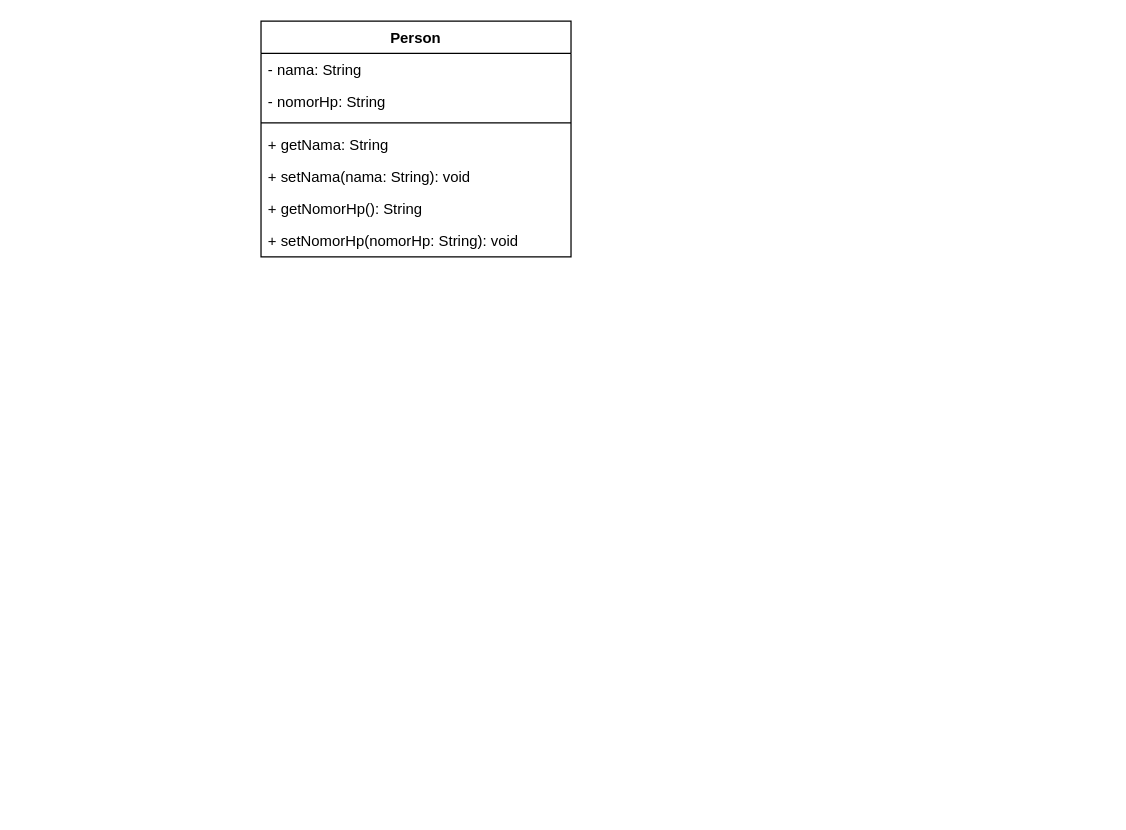
This is jobsheet5.drawio from Wahdaapf/All-About-DrawIo, a draw.io file, before an edit. Source tidied: cells renumbered, new cells numbered last; positions are measured from the earlier drawing's top-left corner, leaving out a move shared by most shapes. Both pictures are drawn from the tidied source at 124%, with x=0, y=0 at pixel (260, 21).
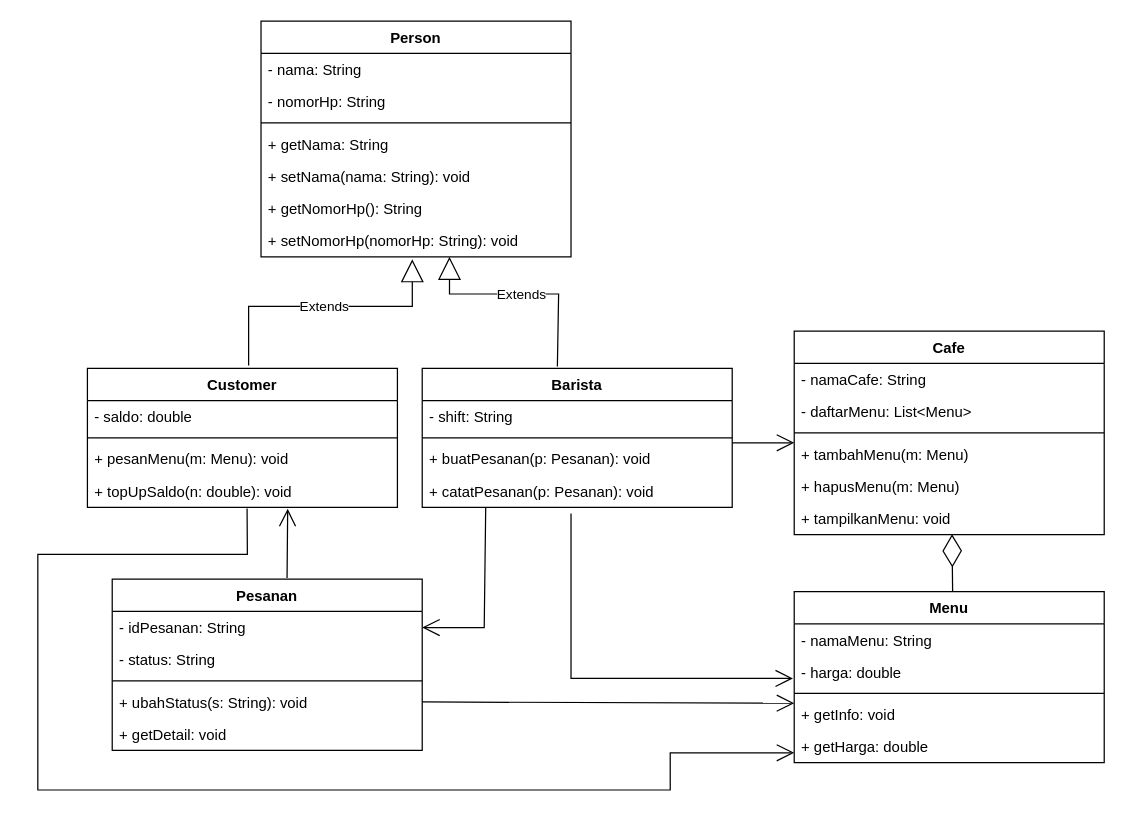
Above is the later version.

The edit, as a diff of the source:
```diff
@@
+    <mxCell id="10" value="Customer" style="swimlane;fontStyle=1;align=center;verticalAlign=top;horizontal=1;startSize=26;rounded=0;shadow=0;strokeWidth=1;" parent="1" vertex="1">
+      <mxGeometry x="-140" y="279.6" width="250" height="112" as="geometry" />
+    </mxCell>
+    <mxCell id="11" value="- saldo: double" style="text;align=left;verticalAlign=top;spacingLeft=4;spacingRight=4;overflow=hidden;" parent="10" vertex="1">
+      <mxGeometry y="26" width="250" height="26" as="geometry" />
+    </mxCell>
+    <mxCell id="12" style="line;html=1;strokeWidth=1;align=left;verticalAlign=middle;spacingTop=-1;spacingLeft=3;spacingRight=3;labelPosition=right;" parent="10" vertex="1">
+      <mxGeometry y="52" width="250" height="8" as="geometry" />
+    </mxCell>
+    <mxCell id="13" value="+ pesanMenu(m: Menu): void" style="text;align=left;verticalAlign=top;spacingLeft=4;spacingRight=4;overflow=hidden;" parent="10" vertex="1">
+      <mxGeometry y="60" width="250" height="26" as="geometry" />
+    </mxCell>
+    <mxCell id="14" value="+ topUpSaldo(n: double): void" style="text;align=left;verticalAlign=top;spacingLeft=4;spacingRight=4;overflow=hidden;points=[[0,0.5],[1,0.5]];portConstraint=eastwest;" parent="10" vertex="1">
+      <mxGeometry y="86" width="250" height="26" as="geometry" />
+    </mxCell>
+    <mxCell id="15" value="Barista" style="swimlane;fontStyle=1;align=center;verticalAlign=top;horizontal=1;startSize=26;rounded=0;shadow=0;strokeWidth=1;" parent="1" vertex="1">
+      <mxGeometry x="130" y="279.6" width="250" height="112" as="geometry" />
+    </mxCell>
+    <mxCell id="16" value="- shift: String" style="text;align=left;verticalAlign=top;spacingLeft=4;spacingRight=4;overflow=hidden;" parent="15" vertex="1">
+      <mxGeometry y="26" width="250" height="26" as="geometry" />
+    </mxCell>
+    <mxCell id="17" style="line;html=1;strokeWidth=1;align=left;verticalAlign=middle;spacingTop=-1;spacingLeft=3;spacingRight=3;labelPosition=right;points=[];portConstraint=eastwest;" parent="15" vertex="1">
+      <mxGeometry y="52" width="250" height="8" as="geometry" />
+    </mxCell>
+    <mxCell id="18" value="+ buatPesanan(p: Pesanan): void" style="text;align=left;verticalAlign=top;spacingLeft=4;spacingRight=4;overflow=hidden;" parent="15" vertex="1">
+      <mxGeometry y="60" width="250" height="26" as="geometry" />
+    </mxCell>
+    <mxCell id="19" value="+ catatPesanan(p: Pesanan): void" style="text;align=left;verticalAlign=top;spacingLeft=4;spacingRight=4;overflow=hidden;points=[[0,0.5],[1,0.5]];portConstraint=eastwest;" parent="15" vertex="1">
+      <mxGeometry y="86" width="250" height="26" as="geometry" />
+    </mxCell>
+    <mxCell id="20" value="Pesanan" style="swimlane;fontStyle=1;align=center;verticalAlign=top;horizontal=1;startSize=26;rounded=0;shadow=0;strokeWidth=1;" parent="1" vertex="1">
+      <mxGeometry x="-120" y="449.6" width="250" height="138" as="geometry" />
+    </mxCell>
+    <mxCell id="21" value="- idPesanan: String" style="text;align=left;verticalAlign=top;spacingLeft=4;spacingRight=4;overflow=hidden;points=[[0,0.5],[1,0.5]];portConstraint=eastwest;" parent="20" vertex="1">
+      <mxGeometry y="26" width="250" height="26" as="geometry" />
+    </mxCell>
+    <mxCell id="22" value="- status: String" style="text;align=left;verticalAlign=top;spacingLeft=4;spacingRight=4;overflow=hidden;" parent="20" vertex="1">
+      <mxGeometry y="52" width="250" height="26" as="geometry" />
+    </mxCell>
+    <mxCell id="23" style="line;html=1;strokeWidth=1;align=left;verticalAlign=middle;spacingTop=-1;spacingLeft=3;spacingRight=3;labelPosition=right;" parent="20" vertex="1">
+      <mxGeometry y="78" width="250" height="8" as="geometry" />
+    </mxCell>
+    <mxCell id="24" value="+ ubahStatus(s: String): void" style="text;align=left;verticalAlign=top;spacingLeft=4;spacingRight=4;overflow=hidden;points=[[0,0.5],[1,0.5]];portConstraint=eastwest;" parent="20" vertex="1">
+      <mxGeometry y="86" width="250" height="26" as="geometry" />
+    </mxCell>
+    <mxCell id="25" value="+ getDetail: void" style="text;align=left;verticalAlign=top;spacingLeft=4;spacingRight=4;overflow=hidden;" parent="20" vertex="1">
+      <mxGeometry y="112" width="250" height="26" as="geometry" />
+    </mxCell>
+    <mxCell id="26" value="Menu" style="swimlane;fontStyle=1;align=center;verticalAlign=top;horizontal=1;startSize=26;rounded=0;shadow=0;strokeWidth=1;" parent="1" vertex="1">
+      <mxGeometry x="430" y="459.6" width="250" height="138" as="geometry" />
+    </mxCell>
+    <mxCell id="27" value="- namaMenu: String" style="text;align=left;verticalAlign=top;spacingLeft=4;spacingRight=4;overflow=hidden;" parent="26" vertex="1">
+      <mxGeometry y="26" width="250" height="26" as="geometry" />
+    </mxCell>
+    <mxCell id="28" value="- harga: double" style="text;align=left;verticalAlign=top;spacingLeft=4;spacingRight=4;overflow=hidden;" parent="26" vertex="1">
+      <mxGeometry y="52" width="250" height="26" as="geometry" />
+    </mxCell>
+    <mxCell id="29" style="line;html=1;strokeWidth=1;align=left;verticalAlign=middle;spacingTop=-1;spacingLeft=3;spacingRight=3;labelPosition=right;" parent="26" vertex="1">
+      <mxGeometry y="78" width="250" height="8" as="geometry" />
+    </mxCell>
+    <mxCell id="30" value="+ getInfo: void" style="text;align=left;verticalAlign=top;spacingLeft=4;spacingRight=4;overflow=hidden;points=[[0,0.5],[1,0.5]];portConstraint=eastwest;" parent="26" vertex="1">
+      <mxGeometry y="86" width="250" height="26" as="geometry" />
+    </mxCell>
+    <mxCell id="31" value="+ getHarga: double" style="text;align=left;verticalAlign=top;spacingLeft=4;spacingRight=4;overflow=hidden;points=[[0,0.5],[1,0.5]];portConstraint=eastwest;" parent="26" vertex="1">
+      <mxGeometry y="112" width="250" height="26" as="geometry" />
+    </mxCell>
+    <mxCell id="32" value="Cafe" style="swimlane;fontStyle=1;align=center;verticalAlign=top;horizontal=1;startSize=26;rounded=0;shadow=0;strokeWidth=1;" parent="1" vertex="1">
+      <mxGeometry x="430" y="249.6" width="250" height="164" as="geometry" />
+    </mxCell>
+    <mxCell id="33" value="- namaCafe: String" style="text;align=left;verticalAlign=top;spacingLeft=4;spacingRight=4;overflow=hidden;" parent="32" vertex="1">
+      <mxGeometry y="26" width="250" height="26" as="geometry" />
+    </mxCell>
+    <mxCell id="34" value="- daftarMenu: List&lt;Menu&gt;" style="text;align=left;verticalAlign=top;spacingLeft=4;spacingRight=4;overflow=hidden;" parent="32" vertex="1">
+      <mxGeometry y="52" width="250" height="26" as="geometry" />
+    </mxCell>
+    <mxCell id="35" style="line;html=1;strokeWidth=1;align=left;verticalAlign=middle;spacingTop=-1;spacingLeft=3;spacingRight=3;labelPosition=right;" parent="32" vertex="1">
+      <mxGeometry y="78" width="250" height="8" as="geometry" />
+    </mxCell>
+    <mxCell id="36" value="+ tambahMenu(m: Menu)" style="text;align=left;verticalAlign=top;spacingLeft=4;spacingRight=4;overflow=hidden;points=[[0,0.5],[1,0.5]];portConstraint=eastwest;" parent="32" vertex="1">
+      <mxGeometry y="86" width="250" height="26" as="geometry" />
+    </mxCell>
+    <mxCell id="37" value="+ hapusMenu(m: Menu)" style="text;align=left;verticalAlign=top;spacingLeft=4;spacingRight=4;overflow=hidden;" parent="32" vertex="1">
+      <mxGeometry y="112" width="250" height="26" as="geometry" />
+    </mxCell>
+    <mxCell id="38" value="+ tampilkanMenu: void" style="text;align=left;verticalAlign=top;spacingLeft=4;spacingRight=4;overflow=hidden;points=[[0,0.5],[1,0.5]];portConstraint=eastwest;" parent="32" vertex="1">
+      <mxGeometry y="138" width="250" height="26" as="geometry" />
+    </mxCell>
+    <mxCell id="39" value="Extends" style="endArrow=block;endSize=16;endFill=0;html=1;rounded=0;exitX=0.52;exitY=-0.021;exitDx=0;exitDy=0;exitPerimeter=0;" parent="1" edge="1" source="10">
+      <mxGeometry relative="1" as="geometry">
+        <mxPoint x="122" y="191.6" as="targetPoint" />
+        <Array as="points">
+          <mxPoint x="-10" y="229.6" />
+          <mxPoint x="122" y="229.6" />
+        </Array>
+      </mxGeometry>
+    </mxCell>
+    <mxCell id="40" value="Extends" style="endArrow=block;endSize=16;endFill=0;html=1;rounded=0;exitX=0.436;exitY=-0.014;exitDx=0;exitDy=0;exitPerimeter=0;" parent="1" edge="1" source="15">
+      <mxGeometry relative="1" as="geometry">
+        <mxPoint x="152" y="189.6" as="targetPoint" />
+        <Array as="points">
+          <mxPoint x="240" y="219.6" />
+          <mxPoint x="152" y="219.6" />
+        </Array>
+      </mxGeometry>
+    </mxCell>
+    <mxCell id="41" style="endArrow=diamondThin;endFill=0;endSize=24;html=1;rounded=0;entryX=0.509;entryY=0.987;entryDx=0;entryDy=0;entryPerimeter=0;exitX=0.511;exitY=0.002;exitDx=0;exitDy=0;exitPerimeter=0;" parent="1" edge="1" source="26" target="38">
+      <mxGeometry relative="1" as="geometry" />
+    </mxCell>
+    <mxCell id="42" style="endArrow=open;endFill=1;endSize=12;html=1;rounded=0;exitX=1;exitY=1;exitDx=0;exitDy=0;exitPerimeter=0;entryX=0;entryY=0.154;entryDx=0;entryDy=0;entryPerimeter=0;" parent="1" edge="1" source="17" target="36">
+      <mxGeometry relative="1" as="geometry" />
+    </mxCell>
+    <mxCell id="43" style="endArrow=open;endFill=1;endSize=12;html=1;rounded=0;exitX=0.48;exitY=1.192;exitDx=0;exitDy=0;exitPerimeter=0;" parent="1" edge="1" source="19">
+      <mxGeometry relative="1" as="geometry">
+        <mxPoint x="429" y="529.6" as="targetPoint" />
+        <Array as="points">
+          <mxPoint x="250" y="529.6" />
+        </Array>
+      </mxGeometry>
+    </mxCell>
+    <mxCell id="44" style="endArrow=open;endFill=1;endSize=12;html=1;rounded=0;exitX=0.515;exitY=1.04;exitDx=0;exitDy=0;exitPerimeter=0;entryX=0;entryY=0.692;entryDx=0;entryDy=0;entryPerimeter=0;" parent="1" edge="1" source="14" target="31">
+      <mxGeometry relative="1" as="geometry">
+        <Array as="points">
+          <mxPoint x="-11" y="429.6" />
+          <mxPoint x="-180" y="429.6" />
+          <mxPoint x="-180" y="619.6" />
+          <mxPoint x="330" y="619.6" />
+          <mxPoint x="330" y="589.6" />
+        </Array>
+      </mxGeometry>
+    </mxCell>
+    <mxCell id="45" style="endArrow=open;endFill=1;endSize=12;html=1;rounded=0;exitX=0.205;exitY=1.051;exitDx=0;exitDy=0;exitPerimeter=0;entryX=1;entryY=0.5;entryDx=0;entryDy=0;" parent="1" edge="1" target="21">
+      <mxGeometry relative="1" as="geometry">
+        <mxPoint x="181.2" y="391.9" as="sourcePoint" />
+        <Array as="points">
+          <mxPoint x="180" y="488.6" />
+        </Array>
+      </mxGeometry>
+    </mxCell>
+    <mxCell id="46" style="endArrow=open;endFill=1;endSize=12;html=1;rounded=0;exitX=0.564;exitY=-0.007;exitDx=0;exitDy=0;exitPerimeter=0;entryX=0.646;entryY=1.046;entryDx=0;entryDy=0;entryPerimeter=0;" parent="1" edge="1" source="20" target="14">
+      <mxGeometry relative="1" as="geometry" />
+    </mxCell>
+    <mxCell id="47" style="endArrow=open;endFill=1;endSize=12;html=1;rounded=0;exitX=1;exitY=0.5;exitDx=0;exitDy=0;entryX=0;entryY=0.154;entryDx=0;entryDy=0;entryPerimeter=0;" parent="1" edge="1" source="24" target="30">
+      <mxGeometry relative="1" as="geometry" />
+    </mxCell>
```
